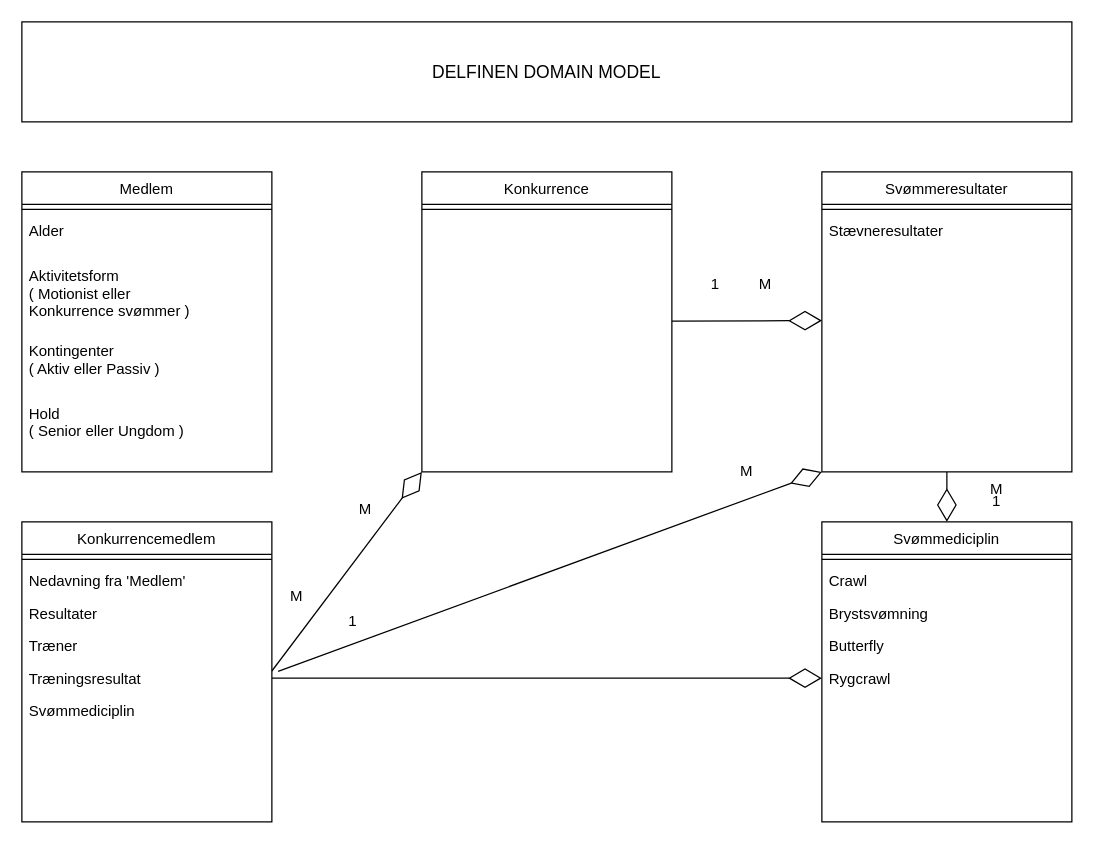
This is delfinenDomainModel.drawio from Peter-Rambeck/Delfinen, a draw.io file, before an edit. Source tidied: cells renumbered, new cells numbered last; positions are measured from the earlier drawing's top-left corner, leaving out a move shared by most shapes. Both pictures are drawn from the tidied source at 125%, with x=0, y=0 at pixel (21, 21).
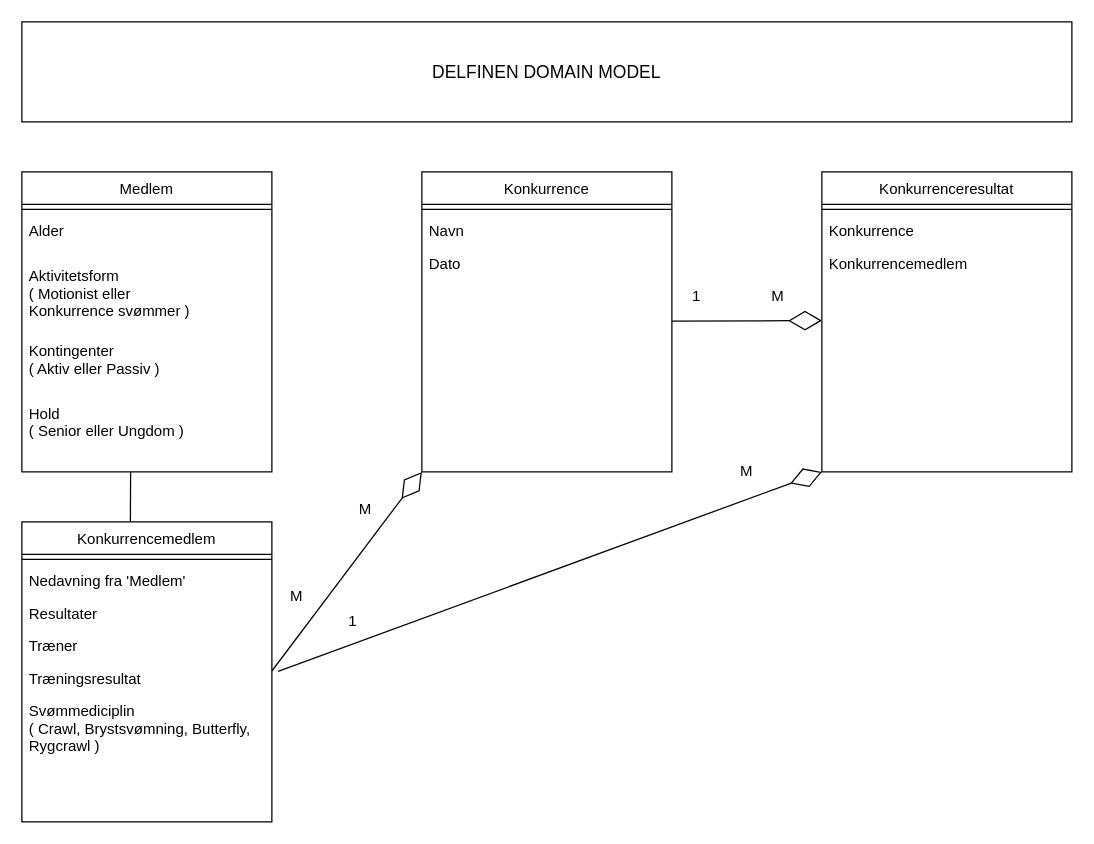
After the change.

Unchanged cells that the change refers to:
```xml
<mxCell id="2" value="Medlem" style="swimlane;fontStyle=0;align=center;verticalAlign=top;horizontal=1;startSize=26;rounded=0;shadow=0;strokeWidth=1;" parent="1" vertex="1">
  <mxGeometry y="120" width="200" height="240" as="geometry" />
</mxCell>
<mxCell id="13" value="Konkurrence" style="swimlane;fontStyle=0;align=center;verticalAlign=top;horizontal=1;startSize=26;rounded=0;shadow=0;strokeWidth=1;" parent="1" vertex="1">
  <mxGeometry x="320" y="120" width="200" height="240" as="geometry" />
</mxCell>
<mxCell id="21" value="Konkurrencemedlem" style="swimlane;fontStyle=0;align=center;verticalAlign=top;horizontal=1;startSize=26;rounded=0;shadow=0;strokeWidth=1;" parent="1" vertex="1">
  <mxGeometry y="400" width="200" height="240" as="geometry" />
</mxCell>
<mxCell id="26" value="Træningsresultat" style="text;align=left;verticalAlign=top;spacingLeft=4;spacingRight=4;overflow=hidden;points=[[0,0.5],[1,0.5]];portConstraint=eastwest;" parent="21" vertex="1">
  <mxGeometry y="112" width="200" height="26" as="geometry" />
</mxCell>
```

The edit, as a diff of the source:
```diff
@@
     <mxCell id="7" value="Hold  &#10;( Senior eller Ungdom )" style="text;align=left;verticalAlign=top;spacingLeft=4;spacingRight=4;overflow=hidden;" parent="2" vertex="1">
-      <mxGeometry y="180" width="200" height="60" as="geometry" />
+      <mxGeometry y="180" width="200" height="50" as="geometry" />
     </mxCell>
@@
-    <mxCell id="10" value="Svømmeresultater" style="swimlane;fontStyle=0;align=center;verticalAlign=top;horizontal=1;startSize=26;rounded=0;shadow=0;strokeWidth=1;" parent="1" vertex="1">
+    <mxCell id="10" value="Konkurrenceresultat" style="swimlane;fontStyle=0;align=center;verticalAlign=top;horizontal=1;startSize=26;rounded=0;shadow=0;strokeWidth=1;" parent="1" vertex="1">
       <mxGeometry x="640" y="120" width="200" height="240" as="geometry" />
     </mxCell>
@@
-    <mxCell id="12" value="Stævneresultater" style="text;align=left;verticalAlign=top;spacingLeft=4;spacingRight=4;overflow=hidden;" parent="10" vertex="1">
+    <mxCell id="12" value="Konkurrence" style="text;align=left;verticalAlign=top;spacingLeft=4;spacingRight=4;overflow=hidden;" parent="10" vertex="1">
       <mxGeometry y="34" width="200" height="26" as="geometry" />
     </mxCell>
+    <mxCell id="41" value="Konkurrencemedlem" style="text;align=left;verticalAlign=top;spacingLeft=4;spacingRight=4;overflow=hidden;" parent="10" vertex="1">
+      <mxGeometry y="60" width="200" height="26" as="geometry" />
+    </mxCell>
@@
-    <mxCell id="15" value="Svømmediciplin" style="swimlane;fontStyle=0;align=center;verticalAlign=top;horizontal=1;startSize=26;rounded=0;shadow=0;strokeWidth=1;" parent="1" vertex="1">
-      <mxGeometry x="640" y="400" width="200" height="240" as="geometry" />
-    </mxCell>
-    <mxCell id="16" style="line;html=1;strokeWidth=1;align=left;verticalAlign=middle;spacingTop=-1;spacingLeft=3;spacingRight=3;labelPosition=right;" parent="15" vertex="1">
-      <mxGeometry y="26" width="200" height="8" as="geometry" />
-    </mxCell>
-    <mxCell id="17" value="Crawl" style="text;align=left;verticalAlign=top;spacingLeft=4;spacingRight=4;overflow=hidden;" parent="15" vertex="1">
-      <mxGeometry y="34" width="200" height="26" as="geometry" />
-    </mxCell>
-    <mxCell id="18" value="Brystsvømning" style="text;align=left;verticalAlign=top;spacingLeft=4;spacingRight=4;overflow=hidden;" parent="15" vertex="1">
-      <mxGeometry y="60" width="200" height="26" as="geometry" />
-    </mxCell>
-    <mxCell id="19" value="Butterfly" style="text;align=left;verticalAlign=top;spacingLeft=4;spacingRight=4;overflow=hidden;" parent="15" vertex="1">
-      <mxGeometry y="86" width="200" height="26" as="geometry" />
-    </mxCell>
-    <mxCell id="20" value="Rygcrawl" style="text;align=left;verticalAlign=top;spacingLeft=4;spacingRight=4;overflow=hidden;points=[[0,0.5],[1,0.5]];portConstraint=eastwest;" parent="15" vertex="1">
-      <mxGeometry y="112" width="200" height="26" as="geometry" />
-    </mxCell>
+    <mxCell id="42" value="Navn " style="text;align=left;verticalAlign=top;spacingLeft=4;spacingRight=4;overflow=hidden;" parent="13" vertex="1">
+      <mxGeometry y="34" width="200" height="26" as="geometry" />
+    </mxCell>
+    <mxCell id="43" value="Dato" style="text;align=left;verticalAlign=top;spacingLeft=4;spacingRight=4;overflow=hidden;" parent="13" vertex="1">
+      <mxGeometry y="60" width="200" height="26" as="geometry" />
+    </mxCell>
@@
-    <mxCell id="27" value="Svømmediciplin" style="text;align=left;verticalAlign=top;spacingLeft=4;spacingRight=4;overflow=hidden;" parent="21" vertex="1">
-      <mxGeometry y="138" width="200" height="26" as="geometry" />
+    <mxCell id="27" value="Svømmediciplin&#10;( Crawl, Brystsvømning, Butterfly, &#10;Rygcrawl )" style="text;align=left;verticalAlign=top;spacingLeft=4;spacingRight=4;overflow=hidden;" parent="21" vertex="1">
+      <mxGeometry y="138" width="200" height="52" as="geometry" />
     </mxCell>
@@
     <mxCell id="29" value="1" style="text;html=1;strokeColor=none;fillColor=none;align=center;verticalAlign=middle;whiteSpace=wrap;rounded=0;" parent="1" vertex="1">
-      <mxGeometry x="535" y="200" width="40" height="20" as="geometry" />
+      <mxGeometry x="520" y="210" width="40" height="20" as="geometry" />
     </mxCell>
     <mxCell id="30" value="M" style="text;html=1;strokeColor=none;fillColor=none;align=center;verticalAlign=middle;whiteSpace=wrap;rounded=0;" parent="1" vertex="1">
-      <mxGeometry x="575" y="200" width="40" height="20" as="geometry" />
+      <mxGeometry x="585" y="210" width="40" height="20" as="geometry" />
     </mxCell>
@@
-    <mxCell id="37" style="endArrow=diamondThin;endFill=0;endSize=24;html=1;entryX=0;entryY=0.5;entryDx=0;entryDy=0;exitX=1;exitY=0.5;exitDx=0;exitDy=0;" parent="1" edge="1" source="26" target="20">
-      <mxGeometry relative="1" as="geometry" />
-    </mxCell>
-    <mxCell id="38" style="endArrow=diamondThin;endFill=0;endSize=24;html=1;exitX=0.5;exitY=1;exitDx=0;exitDy=0;entryX=0.5;entryY=0;entryDx=0;entryDy=0;" parent="1" edge="1" source="10" target="15">
-      <mxGeometry relative="1" as="geometry" />
-    </mxCell>
-    <mxCell id="39" value="1" style="text;html=1;strokeColor=none;fillColor=none;align=center;verticalAlign=middle;whiteSpace=wrap;rounded=0;" parent="1" vertex="1">
-      <mxGeometry x="760" y="374" width="40" height="20" as="geometry" />
-    </mxCell>
-    <mxCell id="40" value="M" style="text;html=1;strokeColor=none;fillColor=none;align=center;verticalAlign=middle;whiteSpace=wrap;rounded=0;" parent="1" vertex="1">
-      <mxGeometry x="760" y="364" width="40" height="20" as="geometry" />
-    </mxCell>
+    <mxCell id="44" style="endArrow=none;html=1;entryX=0.434;entryY=0;entryDx=0;entryDy=0;entryPerimeter=0;" parent="1" edge="1" target="21">
+      <mxGeometry relative="1" as="geometry">
+        <mxPoint x="87" y="360" as="sourcePoint" />
+      </mxGeometry>
+    </mxCell>
```
